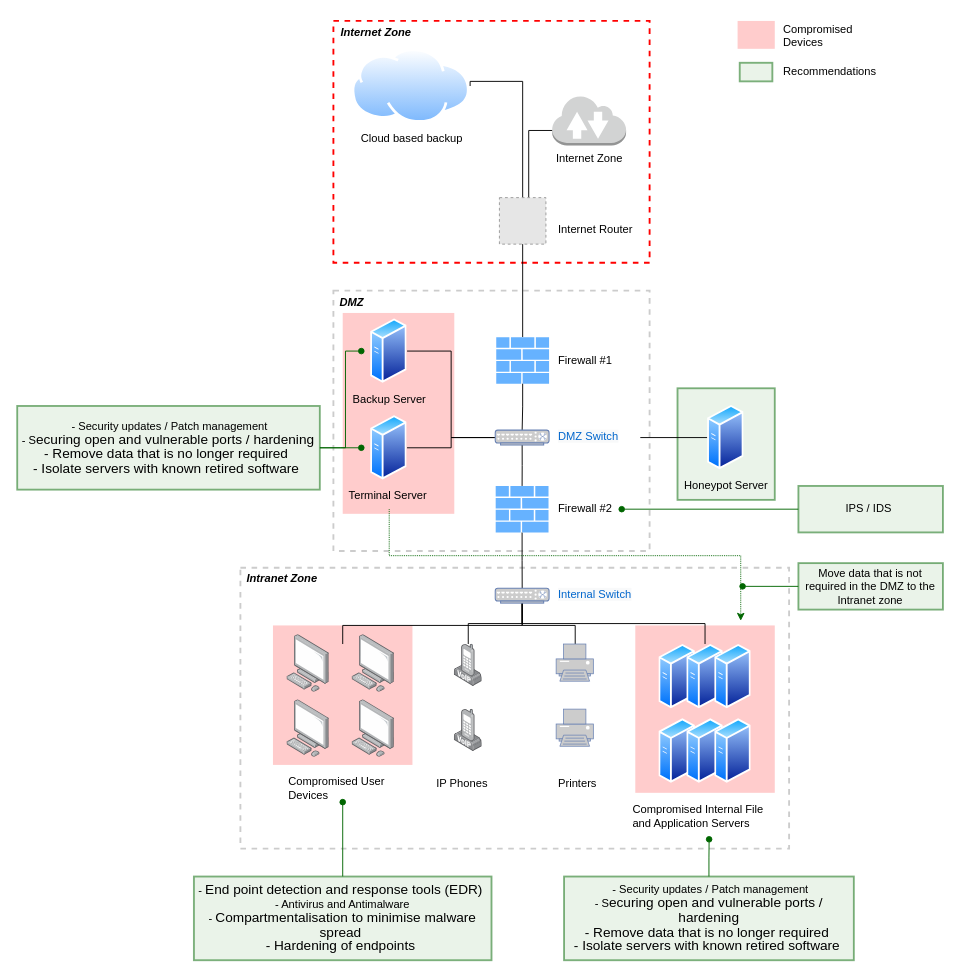
Above: Case Study_network.drawio in Jeenix/info-sec (draw.io), before the change. Source tidied: cells renumbered, new cells numbered last; positions are measured from the earlier drawing's top-left corner, leaving out a move shared by most shapes. Both pictures are drawn from the tidied source at 93%, with x=0, y=0 at pixel (17, 16). Pictures stored in the file or linked from it are replaced by grey dashed boxes.
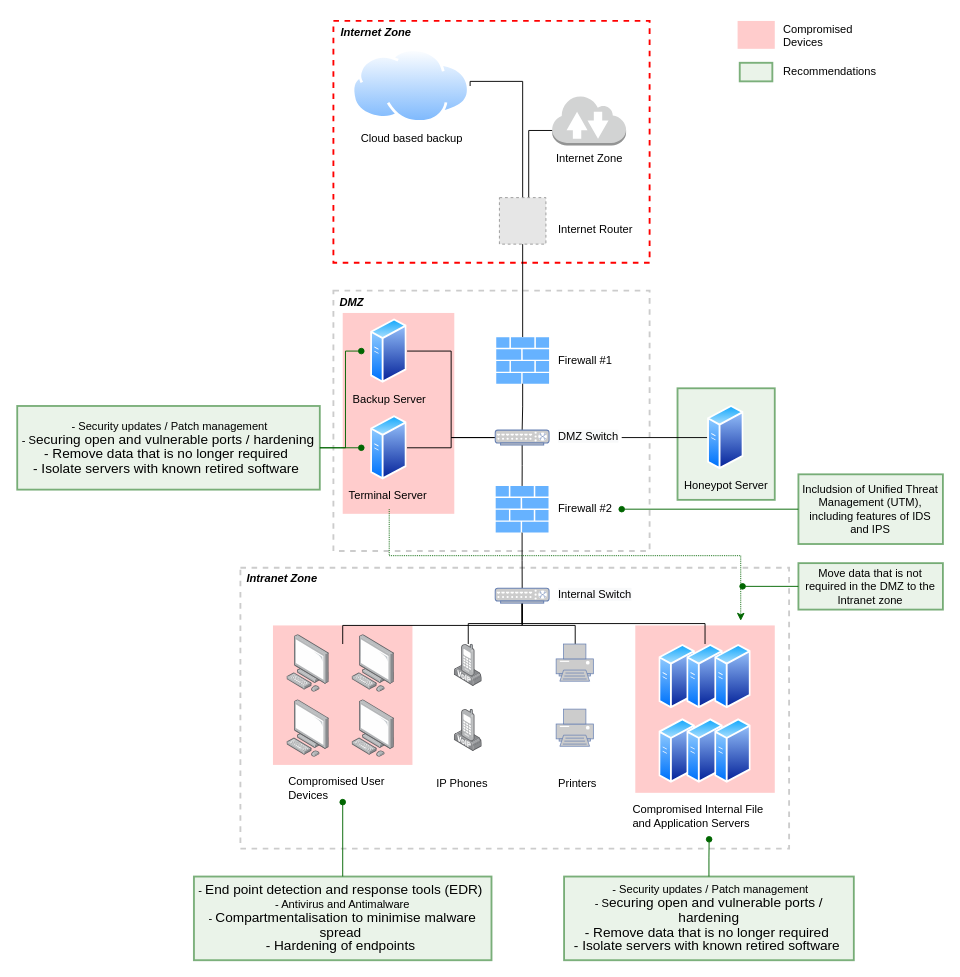
The same page after the edit.

The change refers to these unchanged cells:
```xml
<mxCell id="73" value="Honeypot Server" style="perimeter=ellipsePerimeter;html=1;align=center;shadow=0;dashed=0;spacingTop=3;image;image=img/lib/active_directory/generic_server.svg;fillColor=#3399FF;labelBackgroundColor=none;" parent="1" vertex="1">
  <mxGeometry x="742.3" y="418" width="39.2" height="70" as="geometry" />
</mxCell>
```

Change to the diagram source:
```diff
@@
-    <mxCell id="47" style="edgeStyle=orthogonalEdgeStyle;shape=connector;rounded=0;jettySize=auto;html=1;exitX=1;exitY=0.5;exitDx=0;exitDy=0;labelBackgroundColor=default;fontFamily=Helvetica;fontSize=11;fontColor=default;startArrow=none;startFill=0;endArrow=none;endFill=0;strokeColor=default;" parent="1" edge="1" source="48" target="73">
+    <mxCell id="47" style="edgeStyle=orthogonalEdgeStyle;shape=connector;rounded=0;jettySize=auto;html=1;labelBackgroundColor=default;fontFamily=Helvetica;fontSize=11;fontColor=default;startArrow=none;startFill=0;endArrow=none;endFill=0;strokeColor=default;" parent="1" edge="1" source="48" target="73">
       <mxGeometry relative="1" as="geometry" />
     </mxCell>
-    <mxCell id="48" value="&lt;span style=&quot;color: rgb(0, 102, 204); font-family: helvetica; font-size: 12px; font-style: normal; font-weight: 400; letter-spacing: normal; text-indent: 0px; text-transform: none; word-spacing: 0px; background-color: rgb(248, 249, 250); display: inline; float: none;&quot;&gt;DMZ Switch&lt;/span&gt;" style="text;whiteSpace=wrap;html=1;align=left;" parent="1" vertex="1">
-      <mxGeometry x="580" y="438" width="90" height="30" as="geometry" />
+    <mxCell id="48" value="&lt;span style=&quot;font-family: &amp;#34;helvetica&amp;#34; ; font-size: 12px ; font-style: normal ; font-weight: 400 ; letter-spacing: normal ; text-indent: 0px ; text-transform: none ; word-spacing: 0px ; background-color: rgb(248 , 249 , 250) ; display: inline ; float: none&quot;&gt;DMZ Switch&lt;/span&gt;" style="text;whiteSpace=wrap;html=1;align=left;" parent="1" vertex="1">
+      <mxGeometry x="580" y="438" width="70" height="30" as="geometry" />
     </mxCell>
@@
-    <mxCell id="50" value="&lt;span style=&quot;color: rgb(0 , 102 , 204) ; font-family: &amp;#34;helvetica&amp;#34; ; font-size: 12px ; font-style: normal ; font-weight: 400 ; letter-spacing: normal ; text-indent: 0px ; text-transform: none ; word-spacing: 0px ; background-color: rgb(248 , 249 , 250) ; display: inline ; float: none&quot;&gt;Internal Switch&lt;/span&gt;" style="text;whiteSpace=wrap;html=1;align=left;" parent="1" vertex="1">
+    <mxCell id="50" value="&lt;span style=&quot;font-family: &amp;#34;helvetica&amp;#34; ; font-size: 12px ; font-style: normal ; font-weight: 400 ; letter-spacing: normal ; text-indent: 0px ; text-transform: none ; word-spacing: 0px ; background-color: rgb(248 , 249 , 250) ; display: inline ; float: none&quot;&gt;Internal Switch&lt;/span&gt;" style="text;whiteSpace=wrap;html=1;align=left;" parent="1" vertex="1">
       <mxGeometry x="580" y="608" width="90" height="30" as="geometry" />
     </mxCell>
@@
-    <mxCell id="68" value="IPS / IDS&amp;nbsp;" style="whiteSpace=wrap;html=1;labelBackgroundColor=none;labelBorderColor=none;strokeColor=#006600;strokeWidth=2;fillColor=#d5e8d4;opacity=50;align=center;" parent="1" vertex="1">
-      <mxGeometry x="840" y="505" width="155.4" height="50" as="geometry" />
+    <mxCell id="68" value="Includsion of Unified Threat Management (UTM), including features of IDS and IPS" style="whiteSpace=wrap;html=1;labelBackgroundColor=none;labelBorderColor=none;strokeColor=#006600;strokeWidth=2;fillColor=#d5e8d4;opacity=50;align=center;" parent="1" vertex="1">
+      <mxGeometry x="840" y="492.5" width="155.4" height="75" as="geometry" />
     </mxCell>
```
